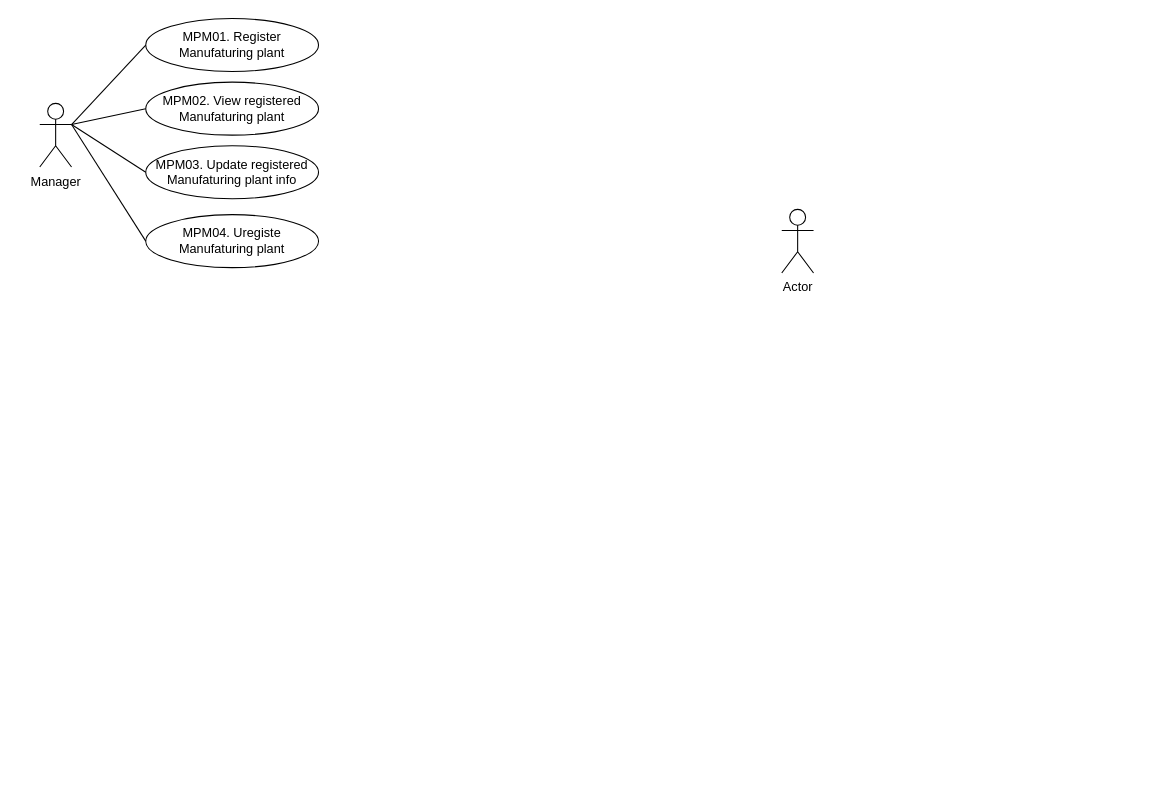
This is aa보고서_usecase_diagram.drawio from ShineSoYoung/TEST, a draw.io file, before an edit. Source tidied: cells renumbered, new cells numbered last; positions are measured from the earlier drawing's top-left corner, leaving out a move shared by most shapes. Both pictures are drawn from the tidied source at 106%, with x=0, y=0 at pixel (39, 18).
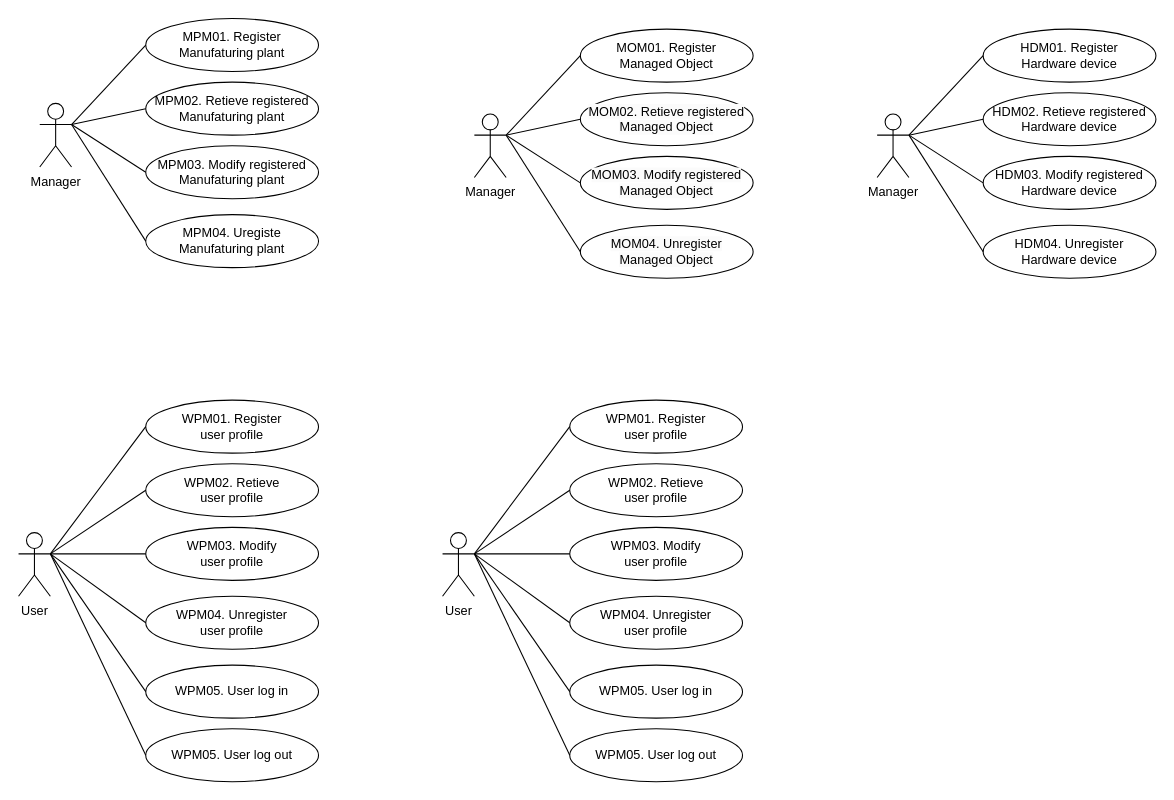
Above is the later version.

Commit message (it also covers changes not shown here):
aa보고서_usecase_diagram.drawio 업데이트

The edit, as a diff of the source:
```diff
@@
-    <mxCell id="2" value="Actor" style="shape=umlActor;verticalLabelPosition=bottom;verticalAlign=top;html=1;" parent="1" vertex="1">
-      <mxGeometry x="700" y="180" width="30" height="60" as="geometry" />
-    </mxCell>
@@
-    <mxCell id="5" value="MPM02. View registered Manufaturing plant" style="ellipse;whiteSpace=wrap;html=1;" parent="1" vertex="1">
+    <mxCell id="5" value="MPM02. Retieve registered Manufaturing plant" style="ellipse;whiteSpace=wrap;html=1;" parent="1" vertex="1">
       <mxGeometry x="100" y="60" width="163" height="50" as="geometry" />
     </mxCell>
-    <mxCell id="6" value="MPM03. Update registered Manufaturing plant info" style="ellipse;whiteSpace=wrap;html=1;" parent="1" vertex="1">
+    <mxCell id="6" value="MPM03. Modify registered Manufaturing plant" style="ellipse;whiteSpace=wrap;html=1;" parent="1" vertex="1">
       <mxGeometry x="100" y="120" width="163" height="50" as="geometry" />
     </mxCell>
@@
+    <mxCell id="12" value="Manager" style="shape=umlActor;verticalLabelPosition=bottom;verticalAlign=top;html=1;outlineConnect=0;" parent="1" vertex="1">
+      <mxGeometry x="410" y="90" width="30" height="60" as="geometry" />
+    </mxCell>
+    <mxCell id="13" value="MOM01. Register &lt;br&gt;Managed Object" style="ellipse;whiteSpace=wrap;html=1;" parent="1" vertex="1">
+      <mxGeometry x="510" y="10" width="163" height="50" as="geometry" />
+    </mxCell>
+    <mxCell id="14" value="&lt;span style=&quot;color: rgb(0, 0, 0); font-family: Helvetica; font-size: 12px; font-style: normal; font-variant-ligatures: normal; font-variant-caps: normal; font-weight: 400; letter-spacing: normal; orphans: 2; text-align: center; text-indent: 0px; text-transform: none; widows: 2; word-spacing: 0px; -webkit-text-stroke-width: 0px; background-color: rgb(251, 251, 251); text-decoration-thickness: initial; text-decoration-style: initial; text-decoration-color: initial; float: none; display: inline !important;&quot;&gt;MOM02. Retieve registered Managed Object&lt;/span&gt;" style="ellipse;whiteSpace=wrap;html=1;" parent="1" vertex="1">
+      <mxGeometry x="510" y="70" width="163" height="50" as="geometry" />
+    </mxCell>
+    <mxCell id="15" value="&lt;span style=&quot;color: rgb(0, 0, 0); font-family: Helvetica; font-size: 12px; font-style: normal; font-variant-ligatures: normal; font-variant-caps: normal; font-weight: 400; letter-spacing: normal; orphans: 2; text-align: center; text-indent: 0px; text-transform: none; widows: 2; word-spacing: 0px; -webkit-text-stroke-width: 0px; background-color: rgb(251, 251, 251); text-decoration-thickness: initial; text-decoration-style: initial; text-decoration-color: initial; float: none; display: inline !important;&quot;&gt;MOM03. Modify registered Managed Object&lt;/span&gt;" style="ellipse;whiteSpace=wrap;html=1;" parent="1" vertex="1">
+      <mxGeometry x="510" y="130" width="163" height="50" as="geometry" />
+    </mxCell>
+    <mxCell id="16" value="&lt;span style=&quot;color: rgb(0, 0, 0); font-family: Helvetica; font-size: 12px; font-style: normal; font-variant-ligatures: normal; font-variant-caps: normal; font-weight: 400; letter-spacing: normal; orphans: 2; text-align: center; text-indent: 0px; text-transform: none; widows: 2; word-spacing: 0px; -webkit-text-stroke-width: 0px; background-color: rgb(251, 251, 251); text-decoration-thickness: initial; text-decoration-style: initial; text-decoration-color: initial; float: none; display: inline !important;&quot;&gt;MOM04. Unregister &lt;br&gt;Managed Object&lt;/span&gt;" style="ellipse;whiteSpace=wrap;html=1;" parent="1" vertex="1">
+      <mxGeometry x="510" y="195" width="163" height="50" as="geometry" />
+    </mxCell>
+    <mxCell id="17" style="endArrow=none;html=1;rounded=0;exitX=1;exitY=0.3333333333333333;exitDx=0;exitDy=0;exitPerimeter=0;entryX=0;entryY=0.5;entryDx=0;entryDy=0;" parent="1" edge="1" source="12" target="13">
+      <mxGeometry relative="1" as="geometry" />
+    </mxCell>
+    <mxCell id="18" style="endArrow=none;html=1;rounded=0;entryX=0;entryY=0.5;entryDx=0;entryDy=0;" parent="1" edge="1" target="14">
+      <mxGeometry relative="1" as="geometry">
+        <mxPoint x="440" y="110" as="sourcePoint" />
+      </mxGeometry>
+    </mxCell>
+    <mxCell id="19" style="endArrow=none;html=1;rounded=0;entryX=0;entryY=0.5;entryDx=0;entryDy=0;" parent="1" edge="1" target="15">
+      <mxGeometry relative="1" as="geometry">
+        <mxPoint x="440" y="110" as="sourcePoint" />
+      </mxGeometry>
+    </mxCell>
+    <mxCell id="20" style="endArrow=none;html=1;rounded=0;entryX=0;entryY=0.5;entryDx=0;entryDy=0;" parent="1" edge="1" target="16">
+      <mxGeometry relative="1" as="geometry">
+        <mxPoint x="440" y="110" as="sourcePoint" />
+      </mxGeometry>
+    </mxCell>
+    <mxCell id="21" value="Manager" style="shape=umlActor;verticalLabelPosition=bottom;verticalAlign=top;html=1;outlineConnect=0;" parent="1" vertex="1">
+      <mxGeometry x="790" y="90" width="30" height="60" as="geometry" />
+    </mxCell>
+    <mxCell id="22" value="HDM01. Register &lt;br&gt;Hardware device" style="ellipse;whiteSpace=wrap;html=1;" parent="1" vertex="1">
+      <mxGeometry x="890" y="10" width="163" height="50" as="geometry" />
+    </mxCell>
+    <mxCell id="23" value="HDM02. Retieve registered Hardware device" style="ellipse;whiteSpace=wrap;html=1;" parent="1" vertex="1">
+      <mxGeometry x="890" y="70" width="163" height="50" as="geometry" />
+    </mxCell>
+    <mxCell id="24" value="HDM03. Modify registered Hardware device" style="ellipse;whiteSpace=wrap;html=1;" parent="1" vertex="1">
+      <mxGeometry x="890" y="130" width="163" height="50" as="geometry" />
+    </mxCell>
+    <mxCell id="25" value="HDM04. Unregister &lt;br&gt;Hardware device" style="ellipse;whiteSpace=wrap;html=1;" parent="1" vertex="1">
+      <mxGeometry x="890" y="195" width="163" height="50" as="geometry" />
+    </mxCell>
+    <mxCell id="26" style="endArrow=none;html=1;rounded=0;exitX=1;exitY=0.3333333333333333;exitDx=0;exitDy=0;exitPerimeter=0;entryX=0;entryY=0.5;entryDx=0;entryDy=0;" parent="1" edge="1" source="21" target="22">
+      <mxGeometry relative="1" as="geometry" />
+    </mxCell>
+    <mxCell id="27" style="endArrow=none;html=1;rounded=0;entryX=0;entryY=0.5;entryDx=0;entryDy=0;" parent="1" edge="1" target="23">
+      <mxGeometry relative="1" as="geometry">
+        <mxPoint x="820" y="110" as="sourcePoint" />
+      </mxGeometry>
+    </mxCell>
+    <mxCell id="28" style="endArrow=none;html=1;rounded=0;entryX=0;entryY=0.5;entryDx=0;entryDy=0;" parent="1" edge="1" target="24">
+      <mxGeometry relative="1" as="geometry">
+        <mxPoint x="820" y="110" as="sourcePoint" />
+      </mxGeometry>
+    </mxCell>
+    <mxCell id="29" style="endArrow=none;html=1;rounded=0;entryX=0;entryY=0.5;entryDx=0;entryDy=0;" parent="1" edge="1" target="25">
+      <mxGeometry relative="1" as="geometry">
+        <mxPoint x="820" y="110" as="sourcePoint" />
+      </mxGeometry>
+    </mxCell>
+    <mxCell id="30" value="User" style="shape=umlActor;verticalLabelPosition=bottom;verticalAlign=top;html=1;outlineConnect=0;" parent="1" vertex="1">
+      <mxGeometry x="-20" y="485" width="30" height="60" as="geometry" />
+    </mxCell>
+    <mxCell id="31" value="WPM01. Register &lt;br&gt;user profile" style="ellipse;whiteSpace=wrap;html=1;" parent="1" vertex="1">
+      <mxGeometry x="100" y="360" width="163" height="50" as="geometry" />
+    </mxCell>
+    <mxCell id="32" value="WPM02. Retieve&lt;br style=&quot;border-color: var(--border-color);&quot;&gt;user profile" style="ellipse;whiteSpace=wrap;html=1;" parent="1" vertex="1">
+      <mxGeometry x="100" y="420" width="163" height="50" as="geometry" />
+    </mxCell>
+    <mxCell id="33" value="WPM03. Modify&lt;br style=&quot;border-color: var(--border-color);&quot;&gt;user profile" style="ellipse;whiteSpace=wrap;html=1;" parent="1" vertex="1">
+      <mxGeometry x="100" y="480" width="163" height="50" as="geometry" />
+    </mxCell>
+    <mxCell id="34" value="WPM04. Unregister&lt;br style=&quot;border-color: var(--border-color);&quot;&gt;user profile" style="ellipse;whiteSpace=wrap;html=1;" parent="1" vertex="1">
+      <mxGeometry x="100" y="545" width="163" height="50" as="geometry" />
+    </mxCell>
+    <mxCell id="35" style="endArrow=none;html=1;rounded=0;exitX=1;exitY=0.3333333333333333;exitDx=0;exitDy=0;exitPerimeter=0;entryX=0;entryY=0.5;entryDx=0;entryDy=0;" parent="1" edge="1" source="30" target="31">
+      <mxGeometry relative="1" as="geometry" />
+    </mxCell>
+    <mxCell id="36" style="endArrow=none;html=1;rounded=0;entryX=0;entryY=0.5;entryDx=0;entryDy=0;" parent="1" edge="1" source="30" target="32">
+      <mxGeometry relative="1" as="geometry" />
+    </mxCell>
+    <mxCell id="37" style="endArrow=none;html=1;rounded=0;entryX=0;entryY=0.5;entryDx=0;entryDy=0;exitX=1;exitY=0.3333333333333333;exitDx=0;exitDy=0;exitPerimeter=0;" parent="1" edge="1" source="30" target="33">
+      <mxGeometry relative="1" as="geometry" />
+    </mxCell>
+    <mxCell id="38" style="endArrow=none;html=1;rounded=0;entryX=0;entryY=0.5;entryDx=0;entryDy=0;exitX=1;exitY=0.3333333333333333;exitDx=0;exitDy=0;exitPerimeter=0;" parent="1" edge="1" source="30" target="34">
+      <mxGeometry relative="1" as="geometry" />
+    </mxCell>
+    <mxCell id="39" value="WPM05. User log in" style="ellipse;whiteSpace=wrap;html=1;" parent="1" vertex="1">
+      <mxGeometry x="100" y="610" width="163" height="50" as="geometry" />
+    </mxCell>
+    <mxCell id="40" value="WPM05. User log out" style="ellipse;whiteSpace=wrap;html=1;" parent="1" vertex="1">
+      <mxGeometry x="100" y="670" width="163" height="50" as="geometry" />
+    </mxCell>
+    <mxCell id="41" style="endArrow=none;html=1;rounded=0;entryX=0;entryY=0.5;entryDx=0;entryDy=0;exitX=1;exitY=0.3333333333333333;exitDx=0;exitDy=0;exitPerimeter=0;" parent="1" edge="1" source="30" target="39">
+      <mxGeometry relative="1" as="geometry" />
+    </mxCell>
+    <mxCell id="42" style="endArrow=none;html=1;rounded=0;entryX=0;entryY=0.5;entryDx=0;entryDy=0;exitX=1;exitY=0.3333333333333333;exitDx=0;exitDy=0;exitPerimeter=0;" parent="1" edge="1" source="30" target="40">
+      <mxGeometry relative="1" as="geometry" />
+    </mxCell>
+    <mxCell id="43" value="User" style="shape=umlActor;verticalLabelPosition=bottom;verticalAlign=top;html=1;outlineConnect=0;" parent="1" vertex="1">
+      <mxGeometry x="380" y="485" width="30" height="60" as="geometry" />
+    </mxCell>
+    <mxCell id="44" value="WPM01. Register &lt;br&gt;user profile" style="ellipse;whiteSpace=wrap;html=1;" parent="1" vertex="1">
+      <mxGeometry x="500" y="360" width="163" height="50" as="geometry" />
+    </mxCell>
+    <mxCell id="45" value="WPM02. Retieve&lt;br style=&quot;border-color: var(--border-color);&quot;&gt;user profile" style="ellipse;whiteSpace=wrap;html=1;" parent="1" vertex="1">
+      <mxGeometry x="500" y="420" width="163" height="50" as="geometry" />
+    </mxCell>
+    <mxCell id="46" value="WPM03. Modify&lt;br style=&quot;border-color: var(--border-color);&quot;&gt;user profile" style="ellipse;whiteSpace=wrap;html=1;" parent="1" vertex="1">
+      <mxGeometry x="500" y="480" width="163" height="50" as="geometry" />
+    </mxCell>
+    <mxCell id="47" value="WPM04. Unregister&lt;br style=&quot;border-color: var(--border-color);&quot;&gt;user profile" style="ellipse;whiteSpace=wrap;html=1;" parent="1" vertex="1">
+      <mxGeometry x="500" y="545" width="163" height="50" as="geometry" />
+    </mxCell>
+    <mxCell id="48" style="endArrow=none;html=1;rounded=0;exitX=1;exitY=0.3333333333333333;exitDx=0;exitDy=0;exitPerimeter=0;entryX=0;entryY=0.5;entryDx=0;entryDy=0;" parent="1" edge="1" source="43" target="44">
+      <mxGeometry relative="1" as="geometry" />
+    </mxCell>
+    <mxCell id="49" style="endArrow=none;html=1;rounded=0;entryX=0;entryY=0.5;entryDx=0;entryDy=0;" parent="1" edge="1" source="43" target="45">
+      <mxGeometry relative="1" as="geometry" />
+    </mxCell>
+    <mxCell id="50" style="endArrow=none;html=1;rounded=0;entryX=0;entryY=0.5;entryDx=0;entryDy=0;exitX=1;exitY=0.3333333333333333;exitDx=0;exitDy=0;exitPerimeter=0;" parent="1" edge="1" source="43" target="46">
+      <mxGeometry relative="1" as="geometry" />
+    </mxCell>
+    <mxCell id="51" style="endArrow=none;html=1;rounded=0;entryX=0;entryY=0.5;entryDx=0;entryDy=0;exitX=1;exitY=0.3333333333333333;exitDx=0;exitDy=0;exitPerimeter=0;" parent="1" edge="1" source="43" target="47">
+      <mxGeometry relative="1" as="geometry" />
+    </mxCell>
+    <mxCell id="52" value="WPM05. User log in" style="ellipse;whiteSpace=wrap;html=1;" parent="1" vertex="1">
+      <mxGeometry x="500" y="610" width="163" height="50" as="geometry" />
+    </mxCell>
+    <mxCell id="53" value="WPM05. User log out" style="ellipse;whiteSpace=wrap;html=1;" parent="1" vertex="1">
+      <mxGeometry x="500" y="670" width="163" height="50" as="geometry" />
+    </mxCell>
+    <mxCell id="54" style="endArrow=none;html=1;rounded=0;entryX=0;entryY=0.5;entryDx=0;entryDy=0;exitX=1;exitY=0.3333333333333333;exitDx=0;exitDy=0;exitPerimeter=0;" parent="1" edge="1" source="43" target="52">
+      <mxGeometry relative="1" as="geometry" />
+    </mxCell>
+    <mxCell id="55" style="endArrow=none;html=1;rounded=0;entryX=0;entryY=0.5;entryDx=0;entryDy=0;exitX=1;exitY=0.3333333333333333;exitDx=0;exitDy=0;exitPerimeter=0;" parent="1" edge="1" source="43" target="53">
+      <mxGeometry relative="1" as="geometry" />
+    </mxCell>
```
